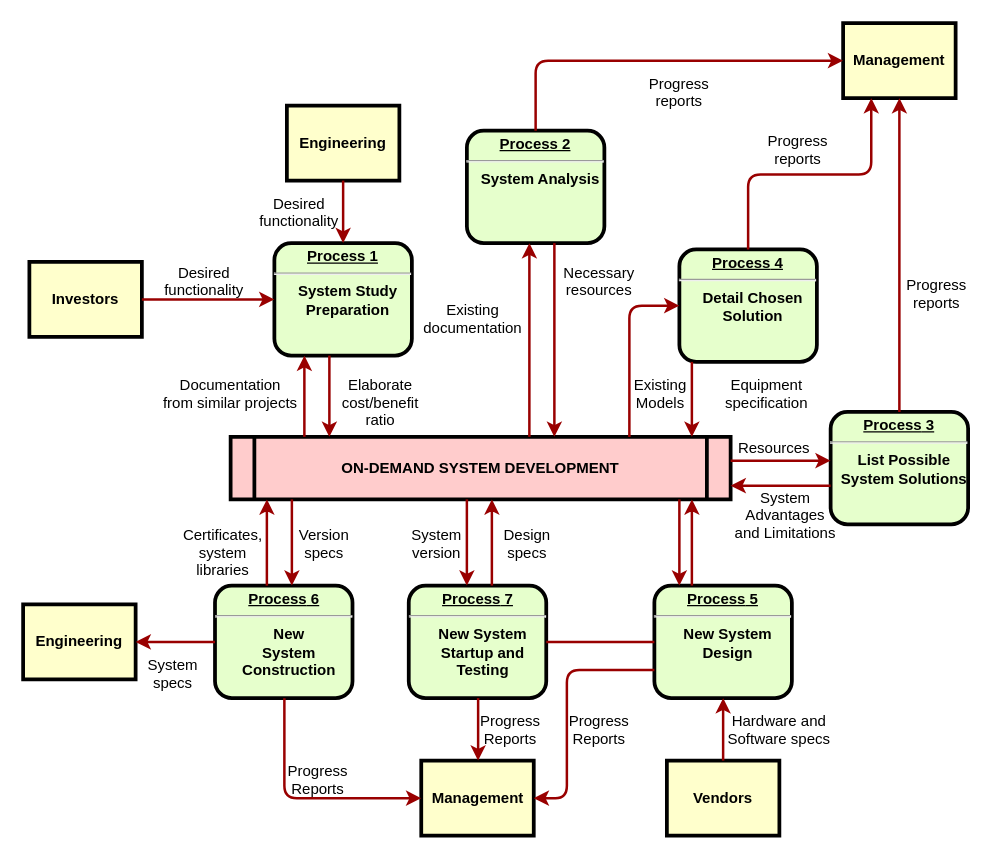
The draw.io diagram page "Page-1" (1 of 3) of Untitled Diagram.drawio in reaxyond/demo, before the edit. Source tidied: cells renumbered, new cells numbered last; positions are measured from the earlier drawing's top-left corner, leaving out a move shared by most shapes. Both pictures are drawn from the tidied source at 125%, with x=0, y=0 at pixel (22, 22).
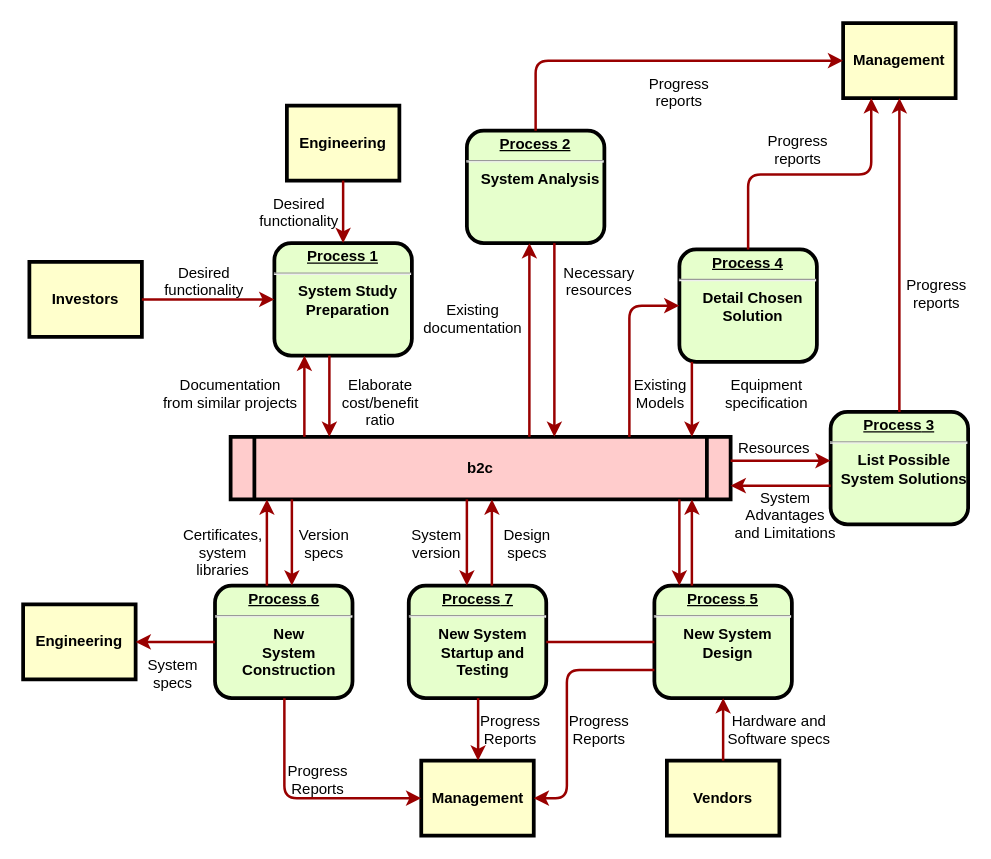
Above is the later version.

What changed in the source:
```diff
@@
-    <mxCell id="5" value="ON-DEMAND SYSTEM DEVELOPMENT" style="shape=process;whiteSpace=wrap;align=center;verticalAlign=middle;size=0.0475;fontStyle=1;strokeWidth=3;fillColor=#FFCCCC;" parent="1" vertex="1">
+    <mxCell id="5" value="b2c" style="shape=process;whiteSpace=wrap;align=center;verticalAlign=middle;size=0.0475;fontStyle=1;strokeWidth=3;fillColor=#FFCCCC;" parent="1" vertex="1">
       <mxGeometry x="166" y="331" width="400" height="50" as="geometry" />
     </mxCell>
```
